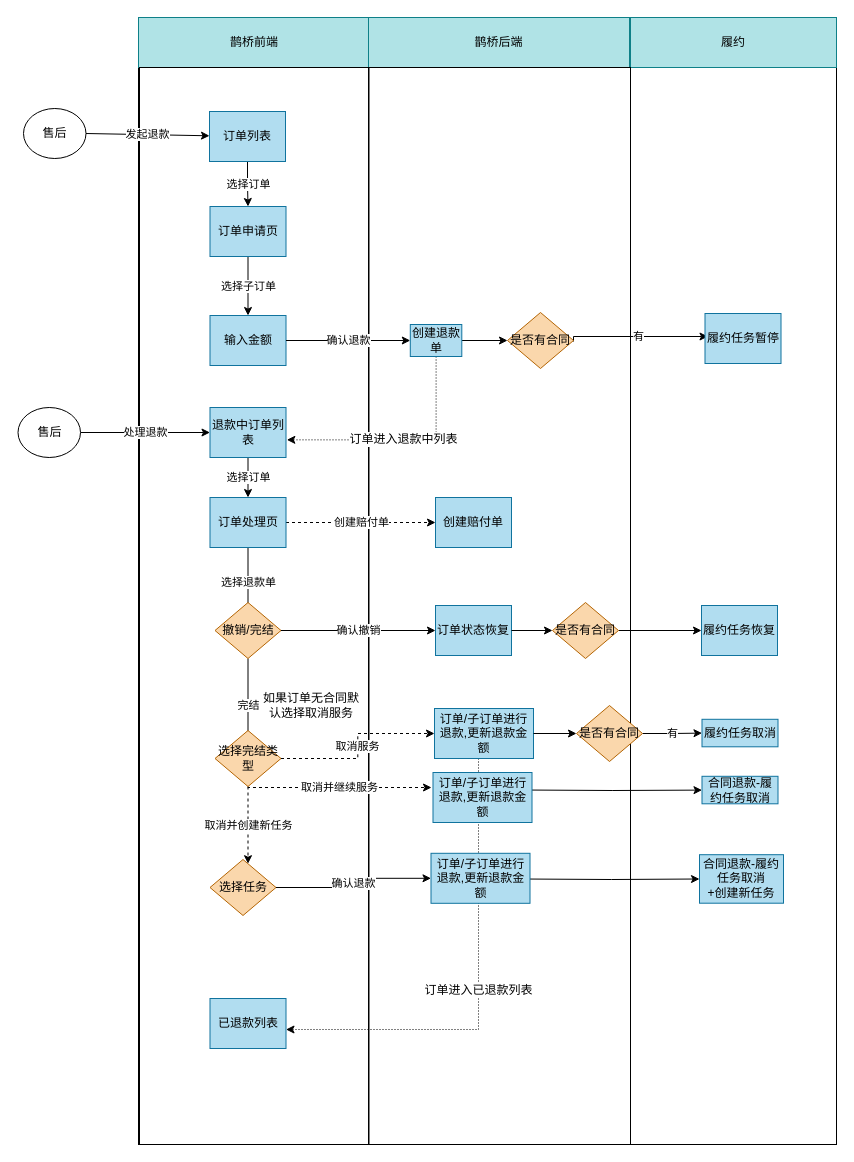
Earlier version of the draw.io diagram 退款流程.drawio (zhaoershuang/flow-chart). Source tidied: cells renumbered, new cells numbered last; positions are measured from the earlier drawing's top-left corner, leaving out a move shared by most shapes. Both pictures are drawn from the tidied source at 100%, with x=0, y=0 at pixel (17, 17).
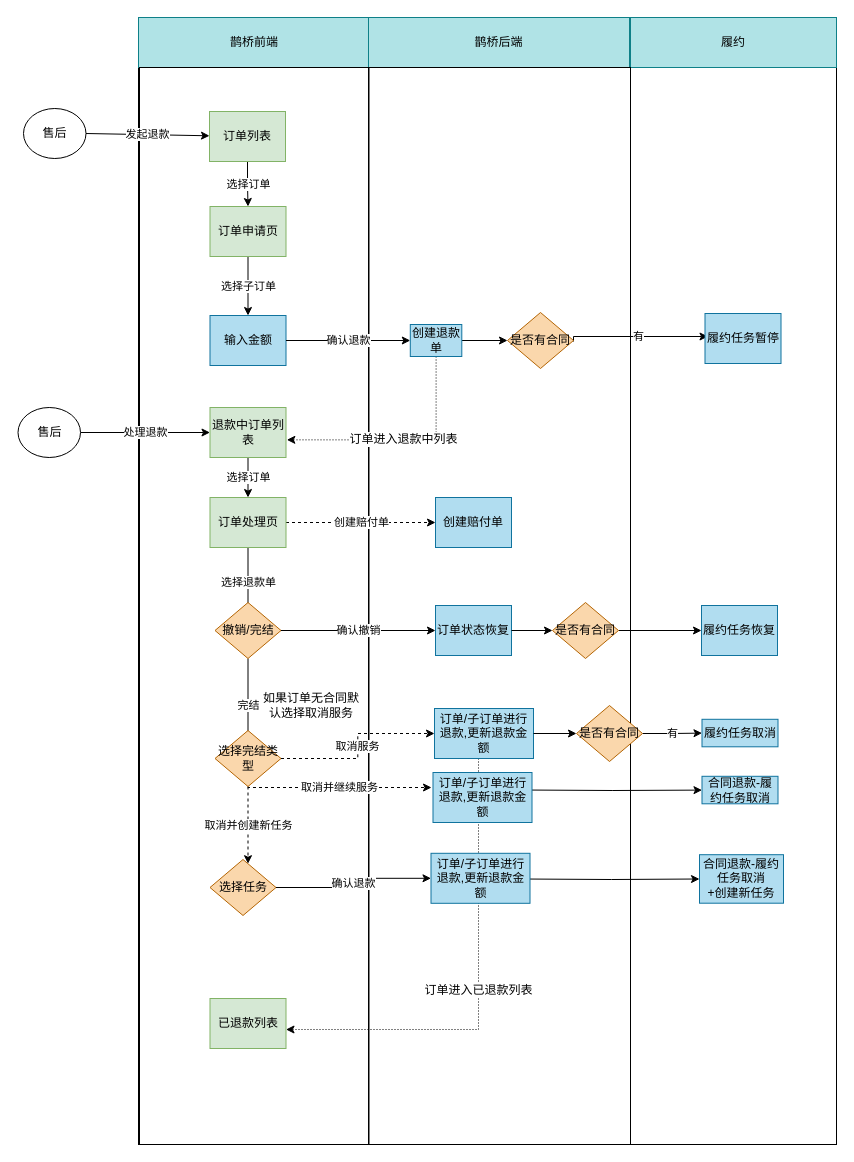
The same diagram, later.

Commit message (it also covers changes not shown here):
更新退款流程.drawio

The edit, as a diff of the source:
```diff
@@
-    <mxCell id="9" value="订单列表" style="rounded=0;whiteSpace=wrap;html=1;fillColor=#b1ddf0;strokeColor=#10739e;" parent="1" vertex="1">
+    <mxCell id="9" value="订单列表" style="rounded=0;whiteSpace=wrap;html=1;fillColor=#d5e8d4;strokeColor=#82b366;" parent="1" vertex="1">
       <mxGeometry x="192" y="94" width="76" height="50" as="geometry" />
     </mxCell>
@@
-    <mxCell id="11" value="订单申请页" style="rounded=0;whiteSpace=wrap;html=1;fillColor=#b1ddf0;strokeColor=#10739e;" parent="1" vertex="1">
+    <mxCell id="11" value="订单申请页" style="rounded=0;whiteSpace=wrap;html=1;fillColor=#d5e8d4;strokeColor=#82b366;" parent="1" vertex="1">
       <mxGeometry x="192.5" y="189" width="76" height="50" as="geometry" />
     </mxCell>
@@
-    <mxCell id="19" value="退款中订单列表" style="rounded=0;whiteSpace=wrap;html=1;fillColor=#b1ddf0;strokeColor=#10739e;" parent="1" vertex="1">
+    <mxCell id="19" value="退款中订单列表" style="rounded=0;whiteSpace=wrap;html=1;fillColor=#d5e8d4;strokeColor=#82b366;" parent="1" vertex="1">
       <mxGeometry x="192.5" y="390" width="76" height="50" as="geometry" />
     </mxCell>
@@
-    <mxCell id="23" value="订单处理页" style="rounded=0;whiteSpace=wrap;html=1;fillColor=#b1ddf0;strokeColor=#10739e;" parent="1" vertex="1">
+    <mxCell id="23" value="订单处理页" style="rounded=0;whiteSpace=wrap;html=1;fillColor=#d5e8d4;strokeColor=#82b366;" parent="1" vertex="1">
       <mxGeometry x="192.5" y="480" width="76" height="50" as="geometry" />
     </mxCell>
@@
-    <mxCell id="35" value="已退款列表" style="rounded=0;whiteSpace=wrap;html=1;fillColor=#b1ddf0;strokeColor=#10739e;" parent="1" vertex="1">
+    <mxCell id="35" value="已退款列表" style="rounded=0;whiteSpace=wrap;html=1;fillColor=#d5e8d4;strokeColor=#82b366;" parent="1" vertex="1">
       <mxGeometry x="192.5" y="981" width="76" height="50" as="geometry" />
     </mxCell>
```
